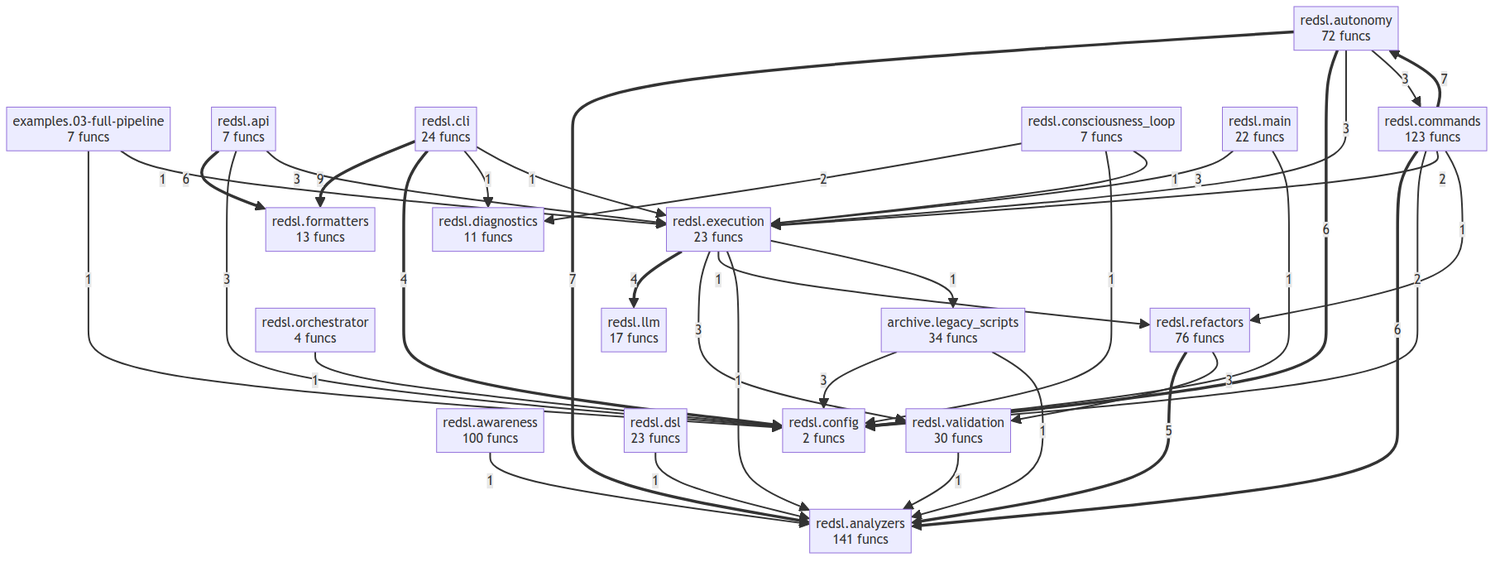
Earlier version of the Mermaid export project/compact_flow.png (semcod/redsl). Its source is kept beside it as project/compact_flow.mmd.
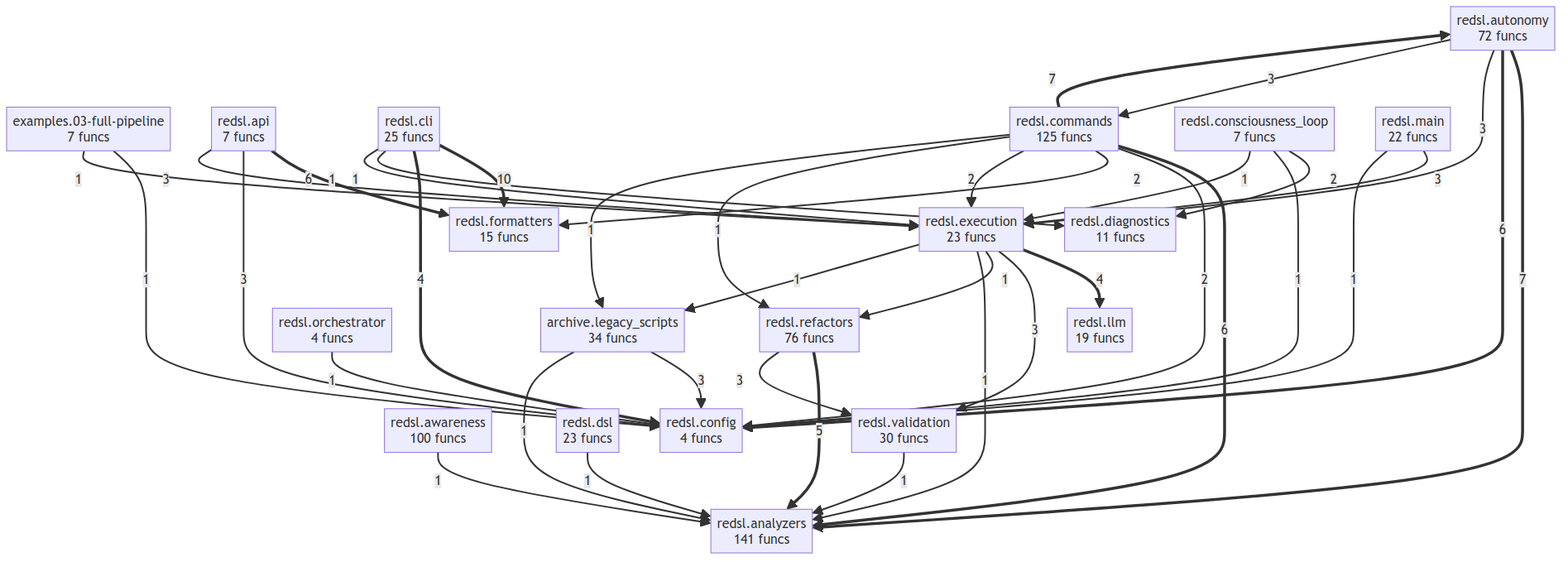
After the commit.

The edit, as a diff of the source:
```diff
@@ -5,20 +5,20 @@
     redsl__api["redsl.api<br/>7 funcs"]
     redsl__autonomy["redsl.autonomy<br/>72 funcs"]
     redsl__awareness["redsl.awareness<br/>100 funcs"]
-    redsl__cli["redsl.cli<br/>24 funcs"]
-    redsl__commands["redsl.commands<br/>123 funcs"]
-    redsl__config["redsl.config<br/>2 funcs"]
+    redsl__cli["redsl.cli<br/>25 funcs"]
+    redsl__commands["redsl.commands<br/>125 funcs"]
+    redsl__config["redsl.config<br/>4 funcs"]
     redsl__consciousness_loop["redsl.consciousness_loop<br/>7 funcs"]
     redsl__diagnostics["redsl.diagnostics<br/>11 funcs"]
     redsl__dsl["redsl.dsl<br/>23 funcs"]
     redsl__execution["redsl.execution<br/>23 funcs"]
-    redsl__formatters["redsl.formatters<br/>13 funcs"]
-    redsl__llm["redsl.llm<br/>17 funcs"]
+    redsl__formatters["redsl.formatters<br/>15 funcs"]
+    redsl__llm["redsl.llm<br/>19 funcs"]
     redsl__main["redsl.main<br/>22 funcs"]
     redsl__orchestrator["redsl.orchestrator<br/>4 funcs"]
     redsl__refactors["redsl.refactors<br/>76 funcs"]
     redsl__validation["redsl.validation<br/>30 funcs"]
-    redsl__cli ==>|9| redsl__formatters
+    redsl__cli ==>|10| redsl__formatters
     redsl__commands ==>|7| redsl__autonomy
     redsl__autonomy ==>|7| redsl__analyzers
     redsl__commands ==>|6| redsl__analyzers
@@ -37,15 +37,17 @@
     redsl__api -->|3| redsl__execution
     redsl__consciousness_loop -->|2| redsl__diagnostics
     redsl__commands -->|2| redsl__config
+    redsl__commands -->|2| redsl__formatters
     redsl__commands -->|2| redsl__execution
     archive__legacy_scripts -->|1| redsl__analyzers
     redsl__consciousness_loop -->|1| redsl__config
     redsl__consciousness_loop -->|1| redsl__execution
     examples__03_full_pipeline -->|1| redsl__config
     examples__03_full_pipeline -->|1| redsl__execution
-    redsl__orchestrator -->|1| redsl__config
     redsl__main -->|1| redsl__config
     redsl__commands -->|1| redsl__refactors
+    redsl__orchestrator -->|1| redsl__config
+    redsl__commands -->|1| archive__legacy_scripts
     redsl__execution -->|1| redsl__refactors
     redsl__execution -->|1| redsl__analyzers
     redsl__execution -->|1| archive__legacy_scripts
```
